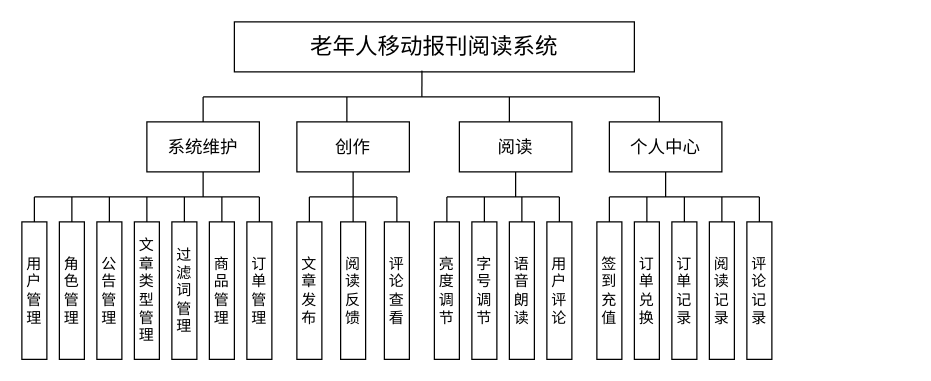
Earlier version of the draw.io diagram 功能结构图.drawio (kkq22/clash). Source tidied: cells renumbered, new cells numbered last; positions are measured from the earlier drawing's top-left corner, leaving out a move shared by most shapes. Both pictures are drawn from the tidied source at 125%, with x=0, y=0 at pixel (21, 21).
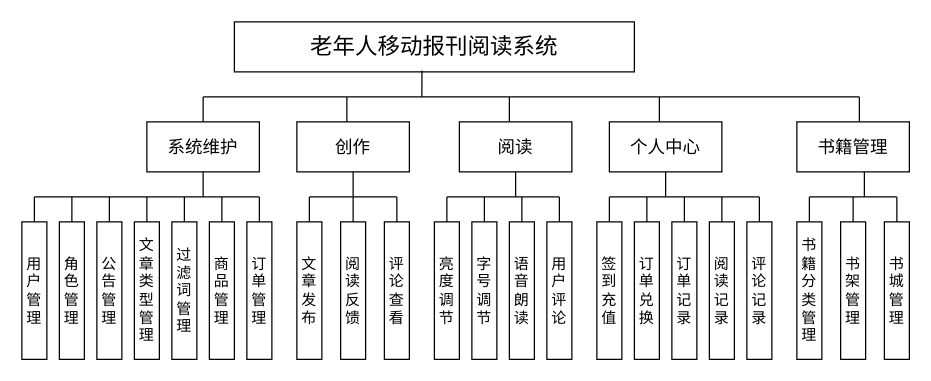
After the change.

Commit message:
更新功能结构图.drawio

Diff of the diagram source:
```diff
@@
     <mxCell id="7" style="endArrow=none;html=1;rounded=0;" parent="1" edge="1">
       <mxGeometry relative="1" as="geometry">
         <mxPoint x="145" y="60" as="sourcePoint" />
-        <mxPoint x="510" y="60" as="targetPoint" />
+        <mxPoint x="670" y="60" as="targetPoint" />
       </mxGeometry>
     </mxCell>
@@
+    <mxCell id="59" value="&lt;font style=&quot;font-size: 14px;&quot;&gt;书籍管理&lt;/font&gt;" style="rounded=0;whiteSpace=wrap;html=1;" parent="1" vertex="1">
+      <mxGeometry x="620" y="80" width="90" height="40" as="geometry" />
+    </mxCell>
+    <mxCell id="60" style="endArrow=none;html=1;rounded=0;" parent="1" edge="1">
+      <mxGeometry relative="1" as="geometry">
+        <mxPoint x="670" y="60" as="sourcePoint" />
+        <mxPoint x="670" y="80" as="targetPoint" />
+      </mxGeometry>
+    </mxCell>
+    <mxCell id="61" value="书籍分类管理" style="rounded=0;whiteSpace=wrap;html=1;" parent="1" vertex="1">
+      <mxGeometry x="620" y="160" width="20" height="110" as="geometry" />
+    </mxCell>
+    <mxCell id="62" value="书架管理" style="rounded=0;whiteSpace=wrap;html=1;" parent="1" vertex="1">
+      <mxGeometry x="655" y="160" width="20" height="110" as="geometry" />
+    </mxCell>
+    <mxCell id="63" value="书城管理" style="rounded=0;whiteSpace=wrap;html=1;" parent="1" vertex="1">
+      <mxGeometry x="690" y="160" width="20" height="110" as="geometry" />
+    </mxCell>
+    <mxCell id="64" style="endArrow=none;html=1;rounded=0;" parent="1" edge="1">
+      <mxGeometry relative="1" as="geometry">
+        <mxPoint x="700" y="140" as="sourcePoint" />
+        <mxPoint x="630" y="140" as="targetPoint" />
+      </mxGeometry>
+    </mxCell>
+    <mxCell id="65" style="endArrow=none;html=1;rounded=0;" parent="1" edge="1">
+      <mxGeometry relative="1" as="geometry">
+        <mxPoint x="674" y="140" as="sourcePoint" />
+        <mxPoint x="674" y="120" as="targetPoint" />
+      </mxGeometry>
+    </mxCell>
+    <mxCell id="66" style="endArrow=none;html=1;rounded=0;exitX=0.5;exitY=0;exitDx=0;exitDy=0;" parent="1" edge="1" source="61">
+      <mxGeometry relative="1" as="geometry">
+        <mxPoint x="630" y="140" as="targetPoint" />
+      </mxGeometry>
+    </mxCell>
+    <mxCell id="67" style="endArrow=none;html=1;rounded=0;exitX=0.5;exitY=0;exitDx=0;exitDy=0;" parent="1" edge="1" source="62">
+      <mxGeometry relative="1" as="geometry">
+        <mxPoint x="665" y="140" as="targetPoint" />
+      </mxGeometry>
+    </mxCell>
+    <mxCell id="68" style="endArrow=none;html=1;rounded=0;exitX=0.5;exitY=0;exitDx=0;exitDy=0;" parent="1" edge="1" source="63">
+      <mxGeometry relative="1" as="geometry">
+        <mxPoint x="700" y="140" as="targetPoint" />
+      </mxGeometry>
+    </mxCell>
```
